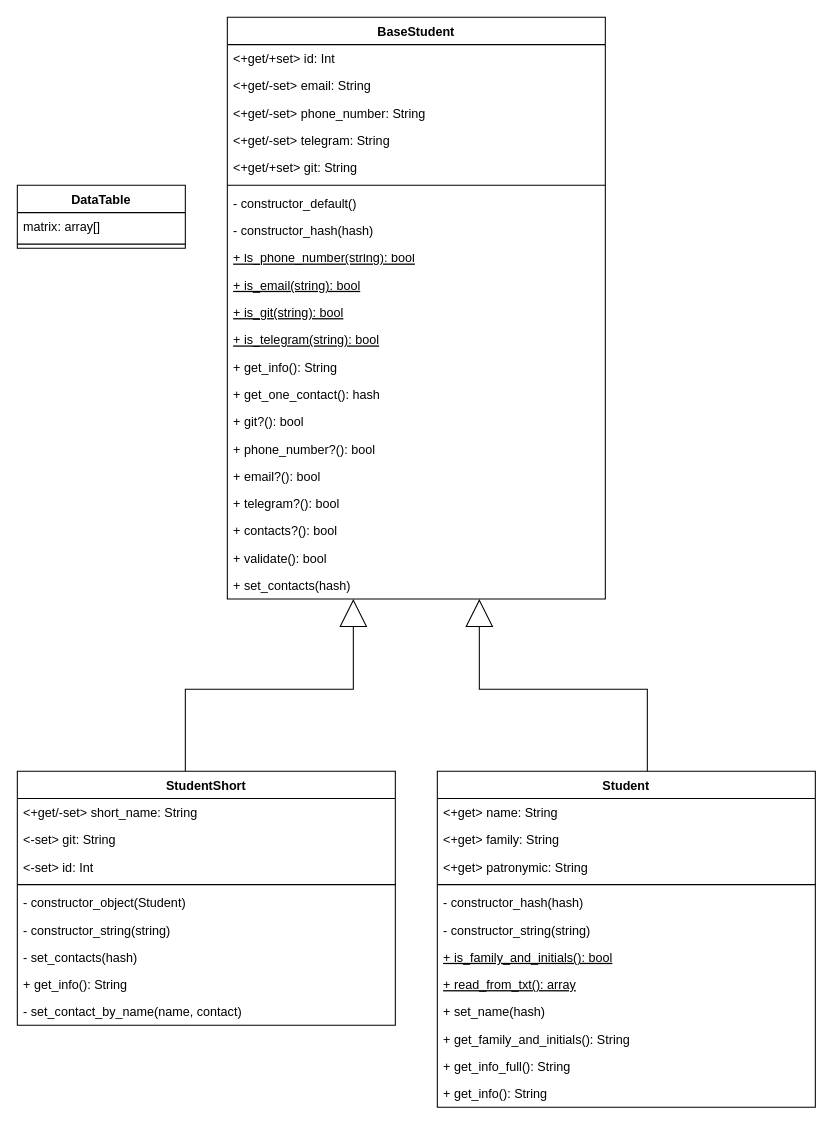
This is lab2/docs/ClassDiagram.drawio from KirSaxhlil/PatternLabs, a draw.io file, before an edit. Source tidied: cells renumbered, new cells numbered last; positions are measured from the earlier drawing's top-left corner, leaving out a move shared by most shapes. Both pictures are drawn from the tidied source at 105%, with x=0, y=0 at pixel (17, 17).
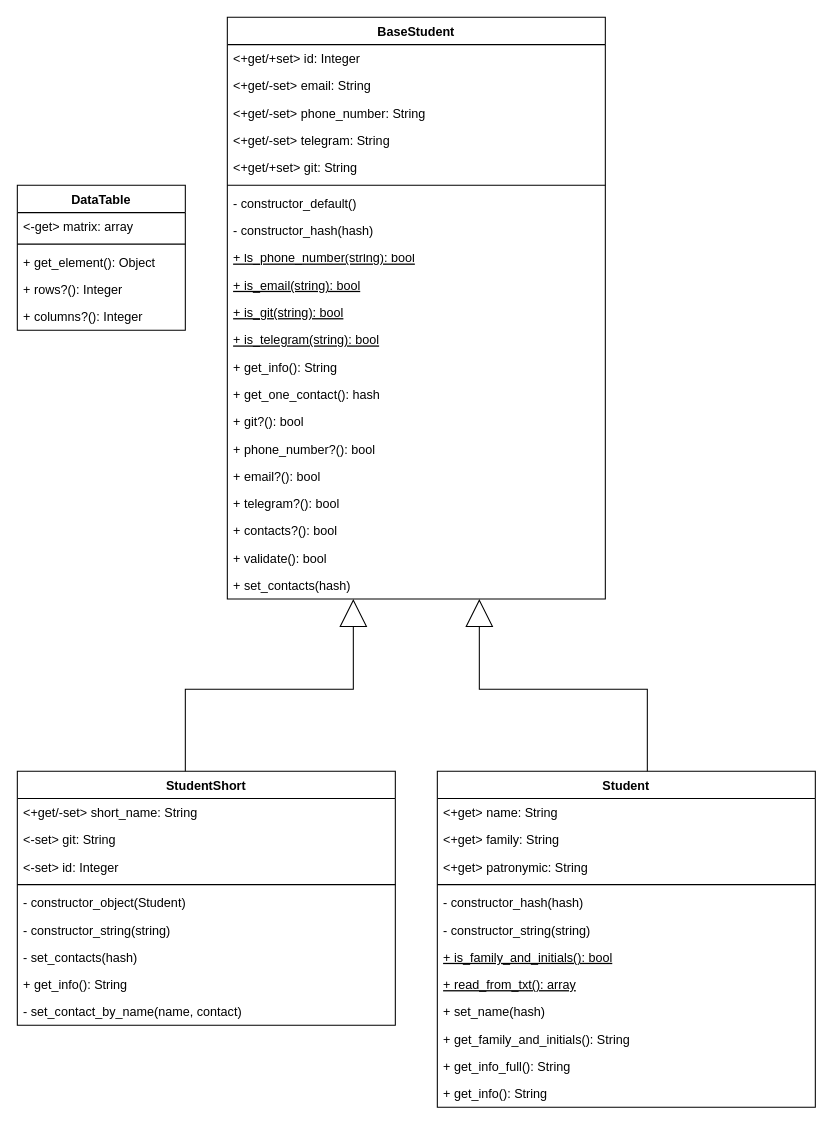
The same diagram, later.

Unchanged cells that the change refers to:
```xml
<mxCell id="15" value="BaseStudent" style="swimlane;fontStyle=1;align=center;verticalAlign=top;horizontal=1;startSize=26;fillColor=default;swimlaneFillColor=default;" parent="1" vertex="1">
  <mxGeometry x="200" width="360" height="554" as="geometry" />
</mxCell>
<mxCell id="38" value="StudentShort" style="swimlane;fontStyle=1;align=center;verticalAlign=top;horizontal=1;startSize=26;fillColor=default;swimlaneFillColor=default;" parent="1" vertex="1">
  <mxGeometry y="718" width="360" height="242" as="geometry" />
</mxCell>
```

What changed in the source:
```diff
@@
-    <mxCell id="16" value="&lt;+get/+set&gt; id: Int" style="text;strokeColor=none;fillColor=none;align=left;verticalAlign=top;spacingLeft=4;spacingRight=4;overflow=hidden;" parent="15" vertex="1">
+    <mxCell id="16" value="&lt;+get/+set&gt; id: Integer" style="text;strokeColor=none;fillColor=none;align=left;verticalAlign=top;spacingLeft=4;spacingRight=4;overflow=hidden;" parent="15" vertex="1">
       <mxGeometry y="26" width="360" height="26" as="geometry" />
     </mxCell>
@@
-    <mxCell id="41" value="&lt;-set&gt; id: Int" style="text;strokeColor=none;fillColor=none;align=left;verticalAlign=top;spacingLeft=4;spacingRight=4;overflow=hidden;" parent="38" vertex="1">
+    <mxCell id="41" value="&lt;-set&gt; id: Integer" style="text;strokeColor=none;fillColor=none;align=left;verticalAlign=top;spacingLeft=4;spacingRight=4;overflow=hidden;" parent="38" vertex="1">
       <mxGeometry y="78" width="360" height="26" as="geometry" />
     </mxCell>
@@
     <mxCell id="49" value="DataTable" style="swimlane;fontStyle=1;align=center;verticalAlign=top;horizontal=1;startSize=26;swimlaneFillColor=default;" parent="1" vertex="1">
-      <mxGeometry y="160" width="160" height="60" as="geometry" />
+      <mxGeometry y="160" width="160" height="138" as="geometry" />
     </mxCell>
-    <mxCell id="50" value="matrix: array[]" style="text;strokeColor=none;fillColor=none;align=left;verticalAlign=top;spacingLeft=4;spacingRight=4;overflow=hidden;" parent="49" vertex="1">
+    <mxCell id="50" value="&lt;-get&gt; matrix: array" style="text;strokeColor=none;fillColor=none;align=left;verticalAlign=top;spacingLeft=4;spacingRight=4;overflow=hidden;" parent="49" vertex="1">
       <mxGeometry y="26" width="160" height="26" as="geometry" />
     </mxCell>
@@
+    <mxCell id="52" value="+ get_element(): Object" style="text;strokeColor=none;fillColor=none;align=left;verticalAlign=top;spacingLeft=4;spacingRight=4;overflow=hidden;" parent="49" vertex="1">
+      <mxGeometry y="60" width="160" height="26" as="geometry" />
+    </mxCell>
+    <mxCell id="53" value="+ rows?(): Integer" style="text;strokeColor=none;fillColor=none;align=left;verticalAlign=top;spacingLeft=4;spacingRight=4;overflow=hidden;" parent="49" vertex="1">
+      <mxGeometry y="86" width="160" height="26" as="geometry" />
+    </mxCell>
+    <mxCell id="54" value="+ columns?(): Integer" style="text;strokeColor=none;fillColor=none;align=left;verticalAlign=top;spacingLeft=4;spacingRight=4;overflow=hidden;" parent="49" vertex="1">
+      <mxGeometry y="112" width="160" height="26" as="geometry" />
+    </mxCell>
```
